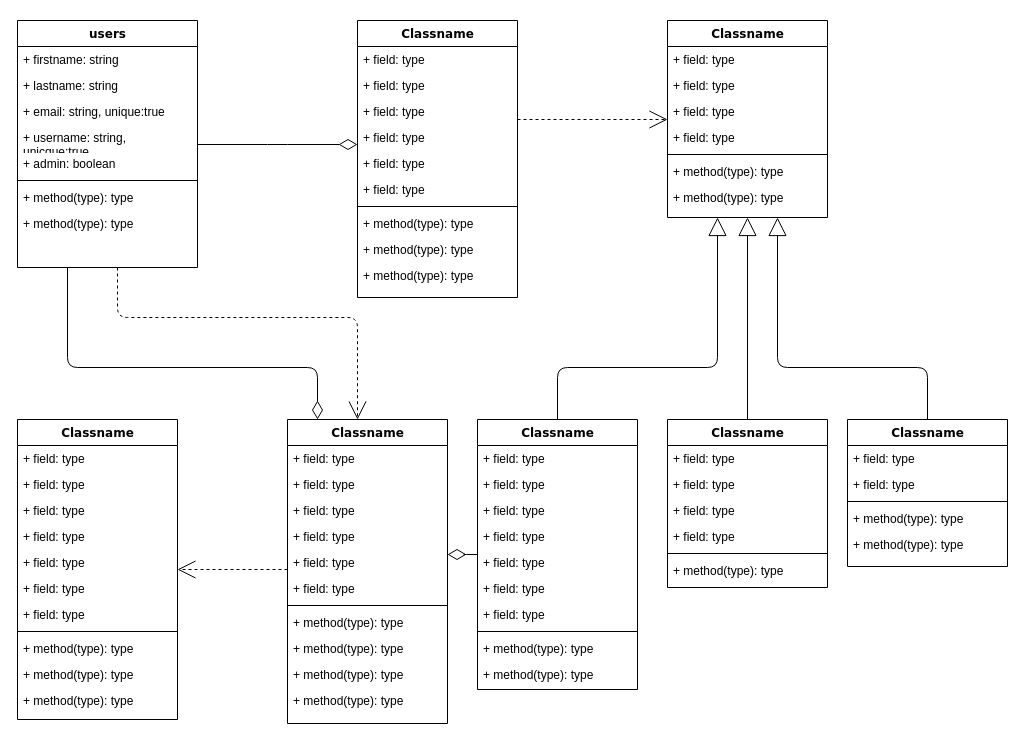
The draw.io diagram models.drawio in blackunicorn89/football_backend, before the edit. Source tidied: cells renumbered, new cells numbered last; positions are measured from the earlier drawing's top-left corner, leaving out a move shared by most shapes. Both pictures are drawn from the tidied source at 100%, with x=0, y=0 at pixel (17, 20).
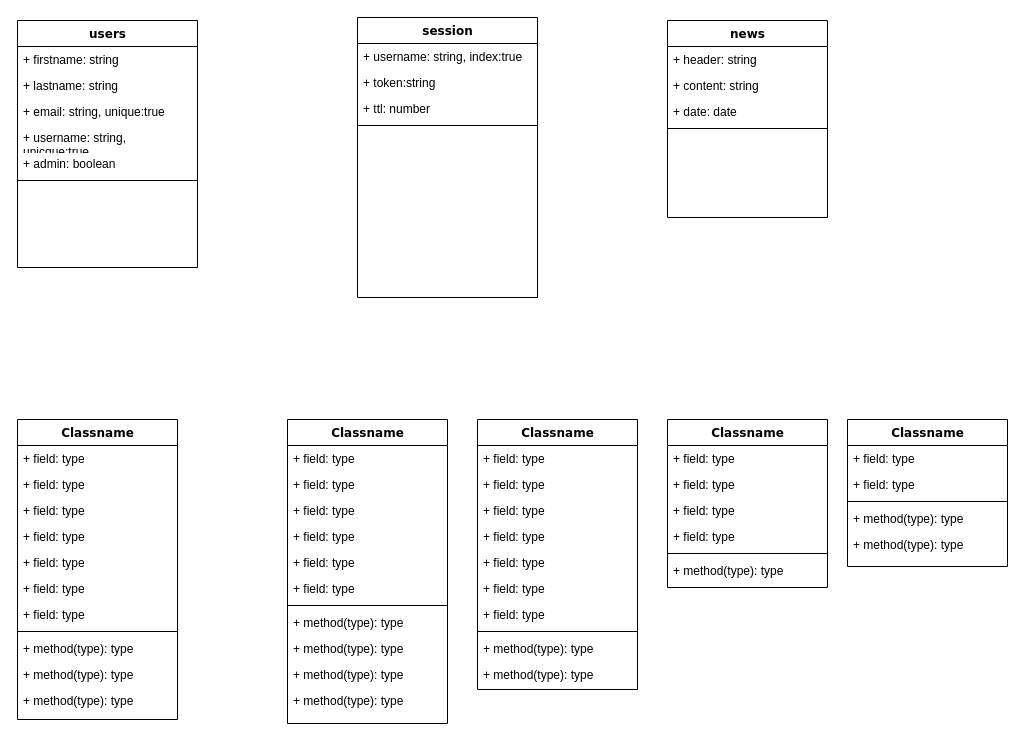
The same page after the edit.

Commit message:
Removed unnecessery arrows, added session and news models.

The change refers to these unchanged cells:
```xml
<mxCell id="4" value="users" style="swimlane;html=1;fontStyle=1;align=center;verticalAlign=top;horizontal=1;startSize=26;swimlaneFillColor=#ffffff;rounded=0;shadow=0;comic=0;labelBackgroundColor=none;strokeWidth=1;fillColor=none;fontFamily=Verdana;fontSize=12;" parent="1" vertex="1">
  <mxGeometry width="180" height="247" as="geometry" />
</mxCell>
<mxCell id="34" value="Classname" style="swimlane;html=1;fontStyle=1;align=center;verticalAlign=top;horizontal=1;startSize=26;swimlaneFillColor=#ffffff;rounded=0;shadow=0;comic=0;labelBackgroundColor=none;strokeWidth=1;fillColor=none;fontFamily=Verdana;fontSize=12;" parent="1" vertex="1">
  <mxGeometry y="399" width="160" height="300" as="geometry" />
</mxCell>
<mxCell id="47" value="Classname" style="swimlane;html=1;fontStyle=1;align=center;verticalAlign=top;horizontal=1;startSize=26;swimlaneFillColor=#ffffff;rounded=0;shadow=0;comic=0;labelBackgroundColor=none;strokeWidth=1;fillColor=none;fontFamily=Verdana;fontSize=12;" parent="1" vertex="1">
  <mxGeometry x="270" y="399" width="160" height="304" as="geometry" />
</mxCell>
<mxCell id="60" value="Classname" style="swimlane;html=1;fontStyle=1;align=center;verticalAlign=top;horizontal=1;startSize=26;swimlaneFillColor=#ffffff;rounded=0;shadow=0;comic=0;labelBackgroundColor=none;strokeWidth=1;fillColor=none;fontFamily=Verdana;fontSize=12;" parent="1" vertex="1">
  <mxGeometry x="460" y="399" width="160" height="270" as="geometry" />
</mxCell>
<mxCell id="72" value="Classname" style="swimlane;html=1;fontStyle=1;align=center;verticalAlign=top;horizontal=1;startSize=26;swimlaneFillColor=#ffffff;rounded=0;shadow=0;comic=0;labelBackgroundColor=none;strokeWidth=1;fillColor=none;fontFamily=Verdana;fontSize=12;" parent="1" vertex="1">
  <mxGeometry x="650" y="399" width="160" height="168" as="geometry" />
</mxCell>
<mxCell id="80" value="Classname" style="swimlane;html=1;fontStyle=1;align=center;verticalAlign=top;horizontal=1;startSize=26;swimlaneFillColor=#ffffff;rounded=0;shadow=0;comic=0;labelBackgroundColor=none;strokeWidth=1;fillColor=none;fontFamily=Verdana;fontSize=12;" parent="1" vertex="1">
  <mxGeometry x="830" y="399" width="160" height="147" as="geometry" />
</mxCell>
```

What changed in the source:
```diff
@@
-    <mxCell id="2" style="edgeStyle=orthogonalEdgeStyle;html=1;labelBackgroundColor=none;startFill=0;startSize=8;endArrow=open;endFill=0;endSize=16;fontFamily=Verdana;fontSize=12;dashed=1;" parent="1" edge="1" source="4" target="47">
-      <mxGeometry relative="1" as="geometry">
-        <Array as="points">
-          <mxPoint x="100" y="297" />
-          <mxPoint x="340" y="297" />
-        </Array>
-      </mxGeometry>
-    </mxCell>
-    <mxCell id="3" style="edgeStyle=orthogonalEdgeStyle;html=1;labelBackgroundColor=none;startFill=0;startSize=8;endArrow=diamondThin;endFill=0;endSize=16;fontFamily=Verdana;fontSize=12;" parent="1" edge="1" source="4" target="47">
-      <mxGeometry relative="1" as="geometry">
-        <Array as="points">
-          <mxPoint x="50" y="347" />
-          <mxPoint x="300" y="347" />
-        </Array>
-      </mxGeometry>
-    </mxCell>
@@
-    <mxCell id="11" value="+ method(type): type" style="text;html=1;strokeColor=none;fillColor=none;align=left;verticalAlign=top;spacingLeft=4;spacingRight=4;whiteSpace=wrap;overflow=hidden;" parent="4" vertex="1">
-      <mxGeometry y="164" width="180" height="26" as="geometry" />
-    </mxCell>
-    <mxCell id="12" value="+ method(type): type" style="text;html=1;strokeColor=none;fillColor=none;align=left;verticalAlign=top;spacingLeft=4;spacingRight=4;whiteSpace=wrap;overflow=hidden;" parent="4" vertex="1">
-      <mxGeometry y="190" width="180" height="26" as="geometry" />
-    </mxCell>
-    <mxCell id="13" style="edgeStyle=elbowEdgeStyle;html=1;labelBackgroundColor=none;startFill=0;startSize=8;endArrow=open;endFill=0;endSize=16;fontFamily=Verdana;fontSize=12;elbow=vertical;dashed=1;" parent="1" edge="1" source="14" target="25">
-      <mxGeometry relative="1" as="geometry" />
-    </mxCell>
-    <mxCell id="14" value="Classname" style="swimlane;html=1;fontStyle=1;align=center;verticalAlign=top;horizontal=1;startSize=26;swimlaneFillColor=#ffffff;rounded=0;shadow=0;comic=0;labelBackgroundColor=none;strokeWidth=1;fillColor=none;fontFamily=Verdana;fontSize=12;" parent="1" vertex="1">
-      <mxGeometry x="340" width="160" height="277" as="geometry" />
+    <mxCell id="14" value="session" style="swimlane;html=1;fontStyle=1;align=center;verticalAlign=top;horizontal=1;startSize=26;swimlaneFillColor=#ffffff;rounded=0;shadow=0;comic=0;labelBackgroundColor=none;strokeWidth=1;fillColor=none;fontFamily=Verdana;fontSize=12;" parent="1" vertex="1">
+      <mxGeometry x="340" y="-3" width="180" height="280" as="geometry" />
     </mxCell>
-    <mxCell id="15" value="+ field: type" style="text;html=1;strokeColor=none;fillColor=none;align=left;verticalAlign=top;spacingLeft=4;spacingRight=4;whiteSpace=wrap;overflow=hidden;" parent="14" vertex="1">
-      <mxGeometry y="26" width="160" height="26" as="geometry" />
+    <mxCell id="15" value="+ username: string, index:true" style="text;html=1;strokeColor=none;fillColor=none;align=left;verticalAlign=top;spacingLeft=4;spacingRight=4;whiteSpace=wrap;overflow=hidden;" parent="14" vertex="1">
+      <mxGeometry y="26" width="180" height="26" as="geometry" />
     </mxCell>
-    <mxCell id="16" value="+ field: type" style="text;html=1;strokeColor=none;fillColor=none;align=left;verticalAlign=top;spacingLeft=4;spacingRight=4;whiteSpace=wrap;overflow=hidden;" parent="14" vertex="1">
-      <mxGeometry y="52" width="160" height="26" as="geometry" />
+    <mxCell id="16" value="+ token:string" style="text;html=1;strokeColor=none;fillColor=none;align=left;verticalAlign=top;spacingLeft=4;spacingRight=4;whiteSpace=wrap;overflow=hidden;" parent="14" vertex="1">
+      <mxGeometry y="52" width="180" height="26" as="geometry" />
     </mxCell>
-    <mxCell id="17" value="+ field: type" style="text;html=1;strokeColor=none;fillColor=none;align=left;verticalAlign=top;spacingLeft=4;spacingRight=4;whiteSpace=wrap;overflow=hidden;" parent="14" vertex="1">
-      <mxGeometry y="78" width="160" height="26" as="geometry" />
+    <mxCell id="17" value="+ ttl: number" style="text;html=1;strokeColor=none;fillColor=none;align=left;verticalAlign=top;spacingLeft=4;spacingRight=4;whiteSpace=wrap;overflow=hidden;" parent="14" vertex="1">
+      <mxGeometry y="78" width="180" height="26" as="geometry" />
     </mxCell>
-    <mxCell id="18" value="+ field: type" style="text;html=1;strokeColor=none;fillColor=none;align=left;verticalAlign=top;spacingLeft=4;spacingRight=4;whiteSpace=wrap;overflow=hidden;" parent="14" vertex="1">
-      <mxGeometry y="104" width="160" height="26" as="geometry" />
-    </mxCell>
-    <mxCell id="19" value="+ field: type" style="text;html=1;strokeColor=none;fillColor=none;align=left;verticalAlign=top;spacingLeft=4;spacingRight=4;whiteSpace=wrap;overflow=hidden;" parent="14" vertex="1">
-      <mxGeometry y="130" width="160" height="26" as="geometry" />
-    </mxCell>
-    <mxCell id="20" value="+ field: type" style="text;html=1;strokeColor=none;fillColor=none;align=left;verticalAlign=top;spacingLeft=4;spacingRight=4;whiteSpace=wrap;overflow=hidden;" parent="14" vertex="1">
-      <mxGeometry y="156" width="160" height="26" as="geometry" />
-    </mxCell>
     <mxCell id="21" style="line;html=1;strokeWidth=1;fillColor=none;align=left;verticalAlign=middle;spacingTop=-1;spacingLeft=3;spacingRight=3;labelPosition=right;" parent="14" vertex="1">
-      <mxGeometry y="182" width="160" height="8" as="geometry" />
+      <mxGeometry y="104" width="180" height="8" as="geometry" />
     </mxCell>
-    <mxCell id="22" value="+ method(type): type" style="text;html=1;strokeColor=none;fillColor=none;align=left;verticalAlign=top;spacingLeft=4;spacingRight=4;whiteSpace=wrap;overflow=hidden;" parent="14" vertex="1">
-      <mxGeometry y="190" width="160" height="26" as="geometry" />
-    </mxCell>
-    <mxCell id="23" value="+ method(type): type" style="text;html=1;strokeColor=none;fillColor=none;align=left;verticalAlign=top;spacingLeft=4;spacingRight=4;whiteSpace=wrap;overflow=hidden;" parent="14" vertex="1">
-      <mxGeometry y="216" width="160" height="26" as="geometry" />
-    </mxCell>
-    <mxCell id="24" value="+ method(type): type" style="text;html=1;strokeColor=none;fillColor=none;align=left;verticalAlign=top;spacingLeft=4;spacingRight=4;whiteSpace=wrap;overflow=hidden;" parent="14" vertex="1">
-      <mxGeometry y="242" width="160" height="26" as="geometry" />
-    </mxCell>
-    <mxCell id="25" value="Classname" style="swimlane;html=1;fontStyle=1;align=center;verticalAlign=top;horizontal=1;startSize=26;swimlaneFillColor=#ffffff;rounded=0;shadow=0;comic=0;labelBackgroundColor=none;strokeWidth=1;fillColor=none;fontFamily=Verdana;fontSize=12;" parent="1" vertex="1">
+    <mxCell id="25" value="news" style="swimlane;html=1;fontStyle=1;align=center;verticalAlign=top;horizontal=1;startSize=26;swimlaneFillColor=#ffffff;rounded=0;shadow=0;comic=0;labelBackgroundColor=none;strokeWidth=1;fillColor=none;fontFamily=Verdana;fontSize=12;" parent="1" vertex="1">
       <mxGeometry x="650" width="160" height="197" as="geometry" />
     </mxCell>
-    <mxCell id="26" value="+ field: type" style="text;html=1;strokeColor=none;fillColor=none;align=left;verticalAlign=top;spacingLeft=4;spacingRight=4;whiteSpace=wrap;overflow=hidden;" parent="25" vertex="1">
+    <mxCell id="26" value="+ header: string" style="text;html=1;strokeColor=none;fillColor=none;align=left;verticalAlign=top;spacingLeft=4;spacingRight=4;whiteSpace=wrap;overflow=hidden;" parent="25" vertex="1">
       <mxGeometry y="26" width="160" height="26" as="geometry" />
     </mxCell>
-    <mxCell id="27" value="+ field: type" style="text;html=1;strokeColor=none;fillColor=none;align=left;verticalAlign=top;spacingLeft=4;spacingRight=4;whiteSpace=wrap;overflow=hidden;" parent="25" vertex="1">
+    <mxCell id="27" value="+ content: string" style="text;html=1;strokeColor=none;fillColor=none;align=left;verticalAlign=top;spacingLeft=4;spacingRight=4;whiteSpace=wrap;overflow=hidden;" parent="25" vertex="1">
       <mxGeometry y="52" width="160" height="26" as="geometry" />
     </mxCell>
-    <mxCell id="28" value="+ field: type" style="text;html=1;strokeColor=none;fillColor=none;align=left;verticalAlign=top;spacingLeft=4;spacingRight=4;whiteSpace=wrap;overflow=hidden;" parent="25" vertex="1">
+    <mxCell id="28" value="+ date: date" style="text;html=1;strokeColor=none;fillColor=none;align=left;verticalAlign=top;spacingLeft=4;spacingRight=4;whiteSpace=wrap;overflow=hidden;" parent="25" vertex="1">
       <mxGeometry y="78" width="160" height="26" as="geometry" />
     </mxCell>
-    <mxCell id="29" value="+ field: type" style="text;html=1;strokeColor=none;fillColor=none;align=left;verticalAlign=top;spacingLeft=4;spacingRight=4;whiteSpace=wrap;overflow=hidden;" parent="25" vertex="1">
-      <mxGeometry y="104" width="160" height="26" as="geometry" />
-    </mxCell>
     <mxCell id="30" style="line;html=1;strokeWidth=1;fillColor=none;align=left;verticalAlign=middle;spacingTop=-1;spacingLeft=3;spacingRight=3;labelPosition=right;" parent="25" vertex="1">
-      <mxGeometry y="130" width="160" height="8" as="geometry" />
+      <mxGeometry y="104" width="160" height="8" as="geometry" />
     </mxCell>
-    <mxCell id="31" value="+ method(type): type" style="text;html=1;strokeColor=none;fillColor=none;align=left;verticalAlign=top;spacingLeft=4;spacingRight=4;whiteSpace=wrap;overflow=hidden;" parent="25" vertex="1">
-      <mxGeometry y="138" width="160" height="26" as="geometry" />
-    </mxCell>
-    <mxCell id="32" value="+ method(type): type" style="text;html=1;strokeColor=none;fillColor=none;align=left;verticalAlign=top;spacingLeft=4;spacingRight=4;whiteSpace=wrap;overflow=hidden;" parent="25" vertex="1">
-      <mxGeometry y="164" width="160" height="26" as="geometry" />
-    </mxCell>
-    <mxCell id="33" style="edgeStyle=elbowEdgeStyle;html=1;labelBackgroundColor=none;startFill=0;startSize=8;endArrow=open;endFill=0;endSize=16;fontFamily=Verdana;fontSize=12;elbow=vertical;dashed=1;" parent="1" edge="1" source="47" target="34">
-      <mxGeometry relative="1" as="geometry" />
-    </mxCell>
@@
-    <mxCell id="46" style="edgeStyle=elbowEdgeStyle;html=1;labelBackgroundColor=none;startFill=0;startSize=8;endArrow=diamondThin;endFill=0;endSize=16;fontFamily=Verdana;fontSize=12;elbow=vertical;" parent="1" edge="1" source="60" target="47">
-      <mxGeometry relative="1" as="geometry" />
-    </mxCell>
@@
-    <mxCell id="59" style="edgeStyle=orthogonalEdgeStyle;html=1;labelBackgroundColor=none;startFill=0;startSize=8;endArrow=block;endFill=0;endSize=16;fontFamily=Verdana;fontSize=12;" parent="1" edge="1" source="60" target="25">
-      <mxGeometry relative="1" as="geometry">
-        <Array as="points">
-          <mxPoint x="540" y="347" />
-          <mxPoint x="700" y="347" />
-        </Array>
-      </mxGeometry>
-    </mxCell>
@@
-    <mxCell id="71" style="edgeStyle=orthogonalEdgeStyle;html=1;labelBackgroundColor=none;startFill=0;startSize=8;endArrow=block;endFill=0;endSize=16;fontFamily=Verdana;fontSize=12;" parent="1" edge="1" source="72" target="25">
-      <mxGeometry relative="1" as="geometry" />
-    </mxCell>
@@
-    <mxCell id="79" style="edgeStyle=orthogonalEdgeStyle;html=1;labelBackgroundColor=none;startFill=0;startSize=8;endArrow=block;endFill=0;endSize=16;fontFamily=Verdana;fontSize=12;" parent="1" edge="1" source="80" target="25">
-      <mxGeometry relative="1" as="geometry">
-        <Array as="points">
-          <mxPoint x="910" y="347" />
-          <mxPoint x="760" y="347" />
-        </Array>
-      </mxGeometry>
-    </mxCell>
@@
-    <mxCell id="86" style="edgeStyle=elbowEdgeStyle;html=1;labelBackgroundColor=none;startFill=0;startSize=8;endArrow=diamondThin;endFill=0;endSize=16;fontFamily=Verdana;fontSize=12;elbow=vertical;" parent="1" edge="1" source="4" target="14">
-      <mxGeometry relative="1" as="geometry" />
-    </mxCell>
```
